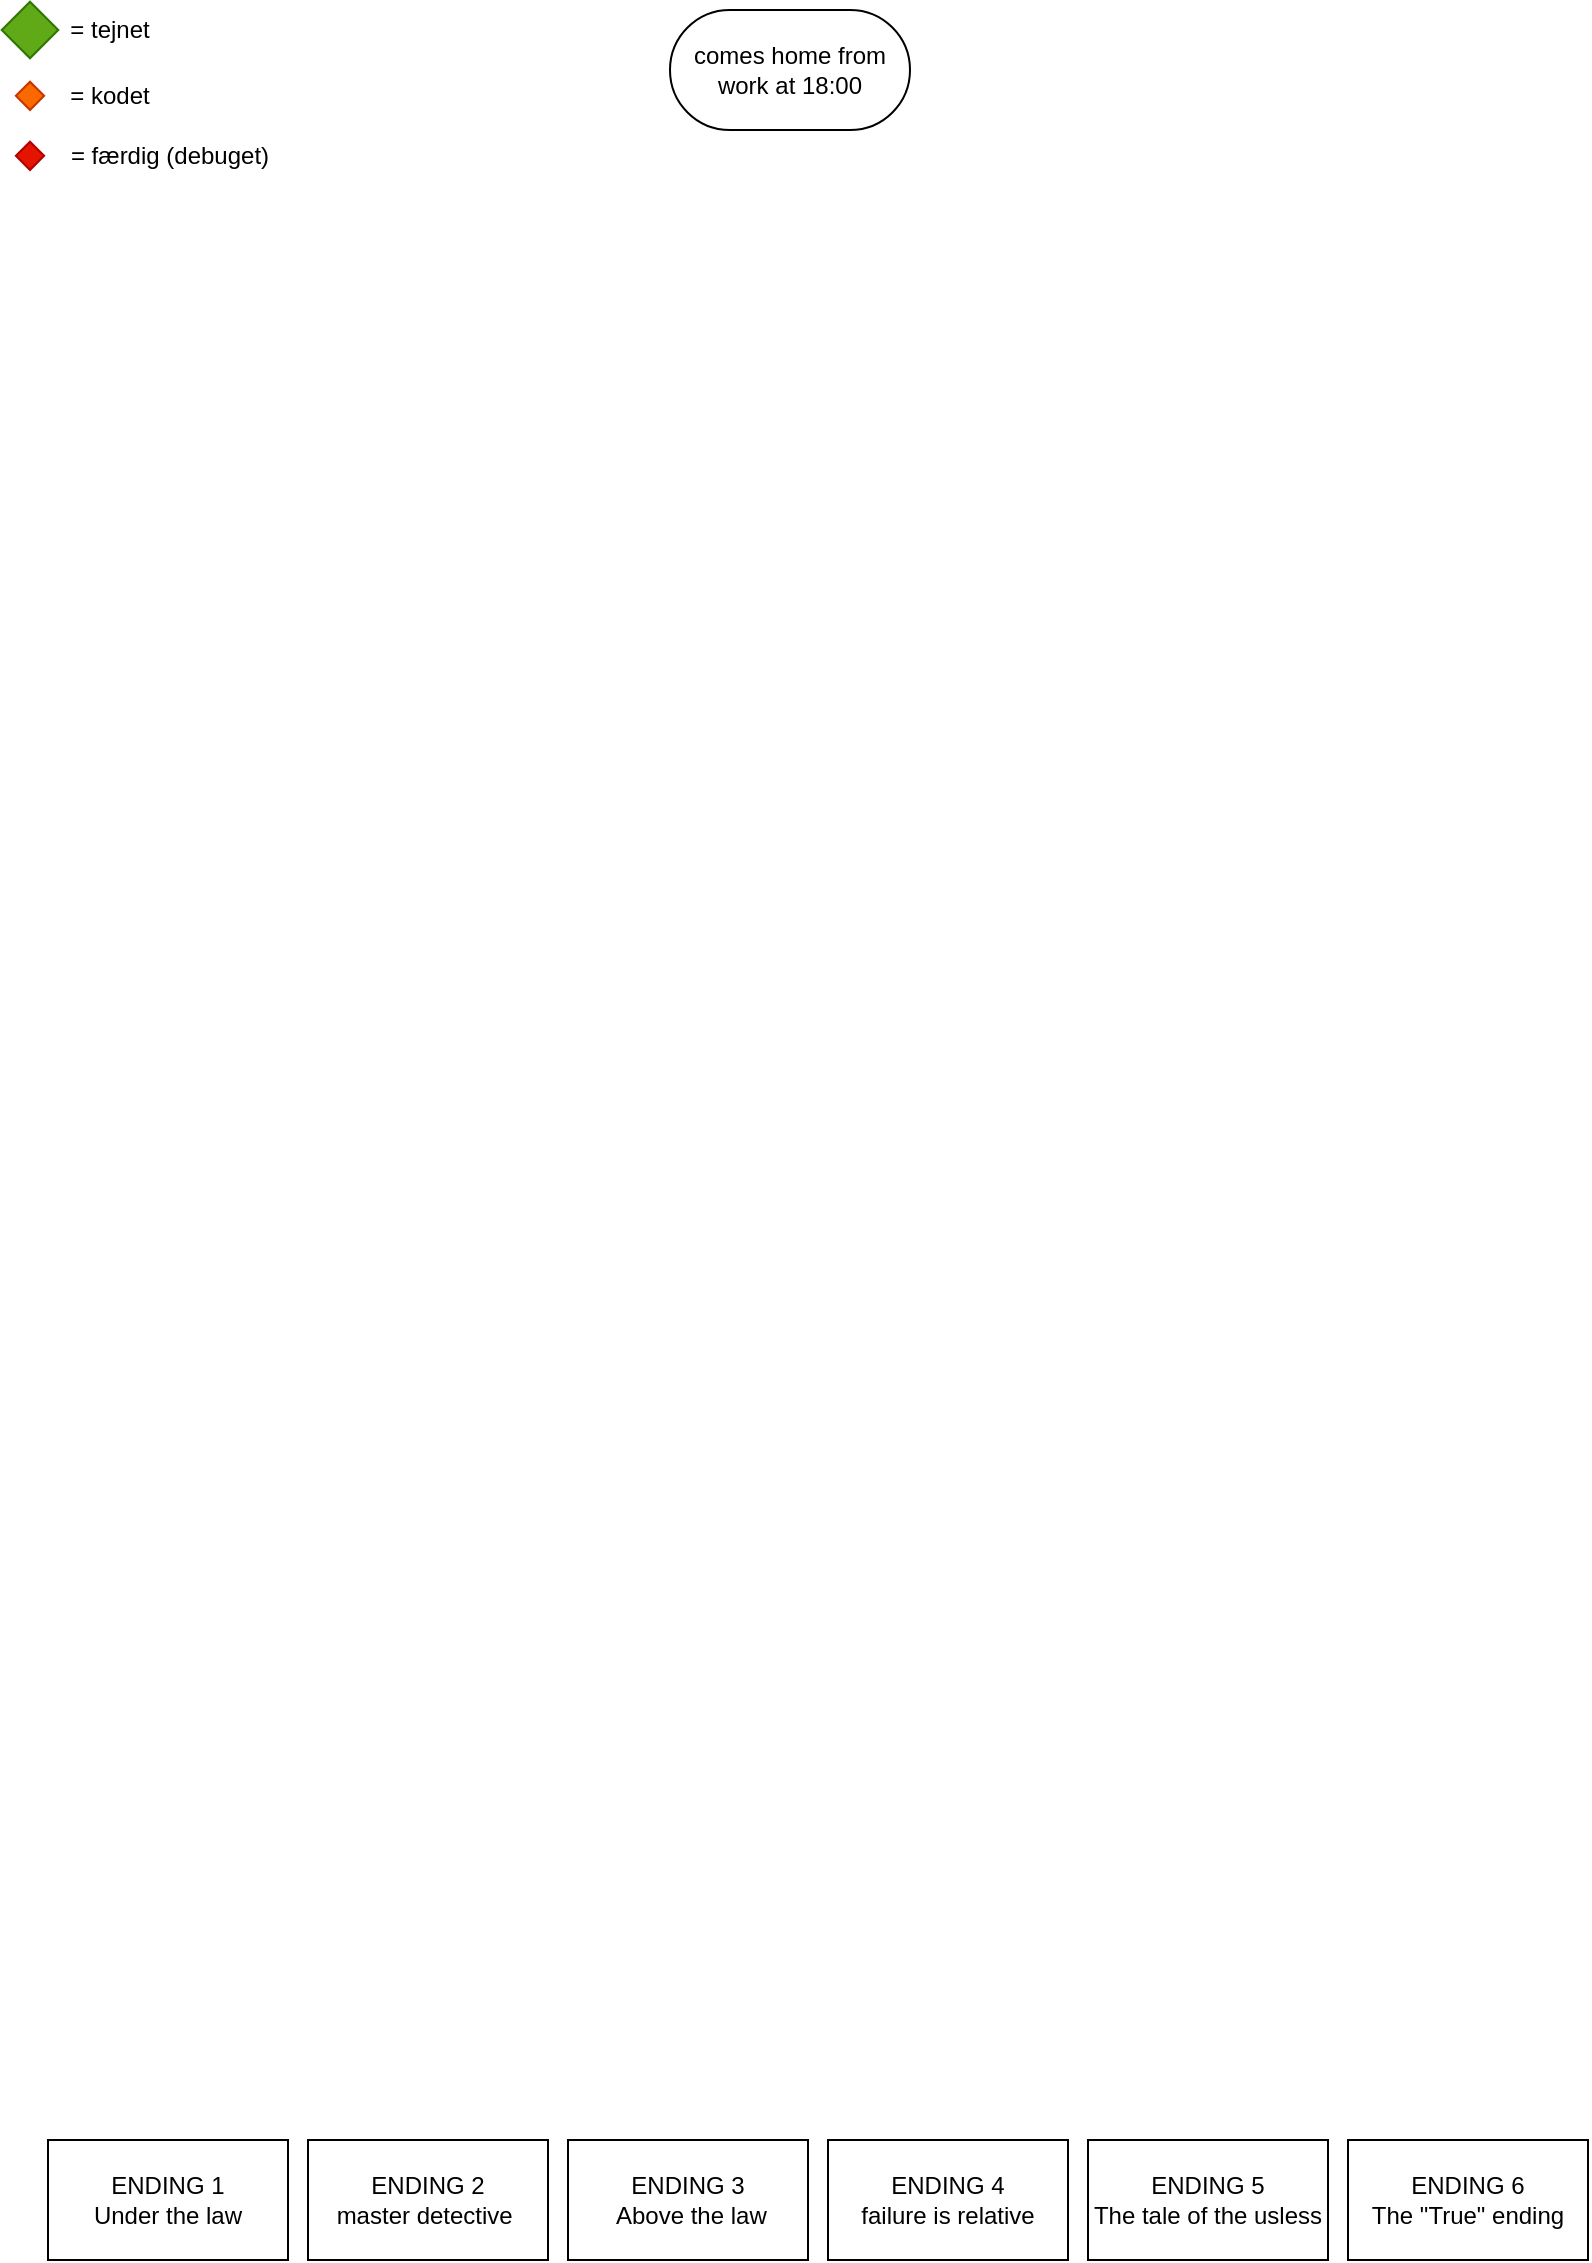
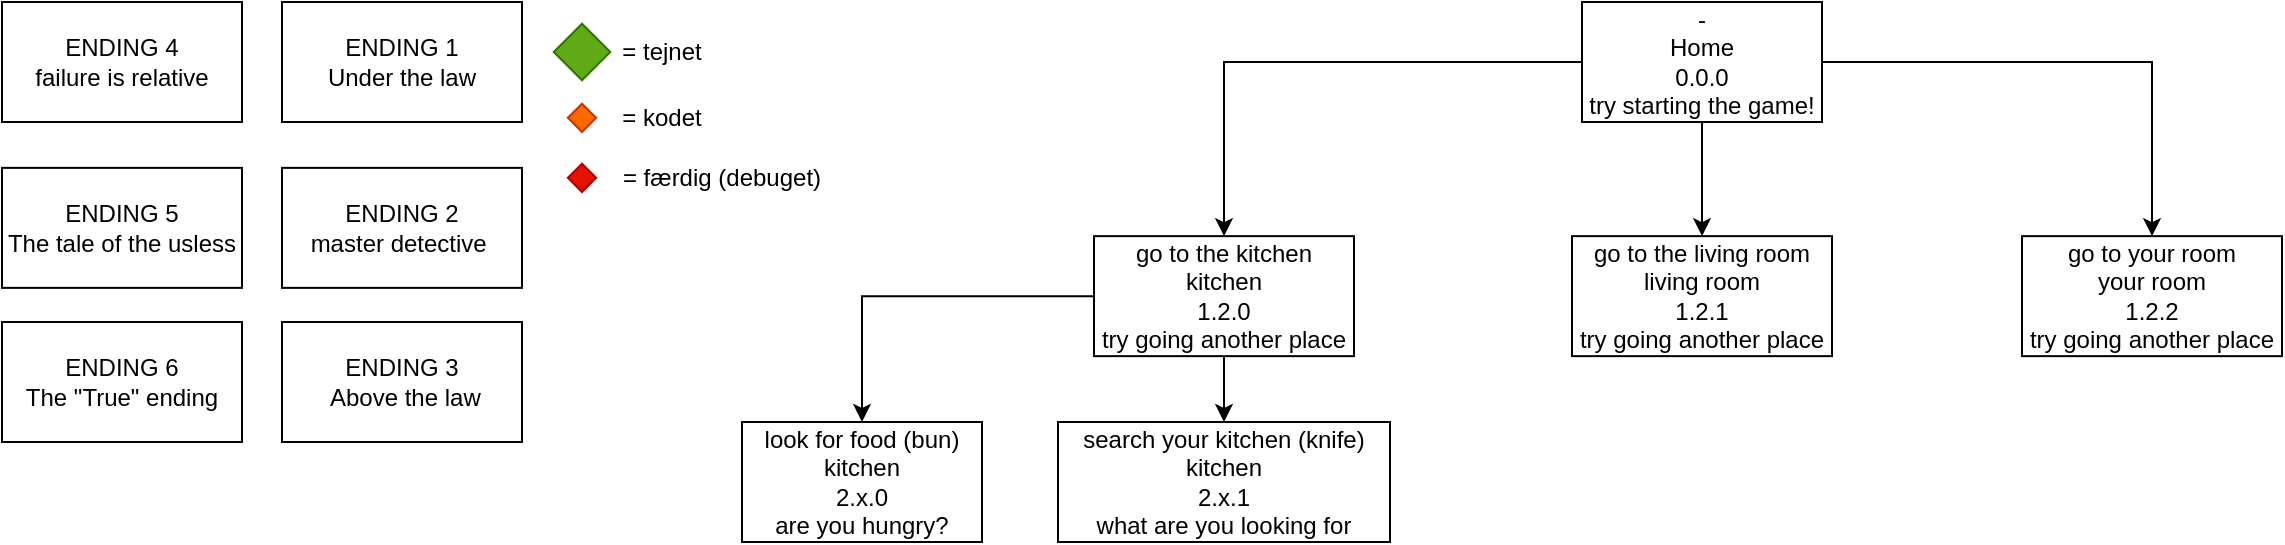
<mxfile host="Electron" agent="Mozilla/5.0 (X11; Linux x86_64) AppleWebKit/537.36 (KHTML, like Gecko) draw.io/29.0.3 Chrome/140.0.7339.249 Electron/38.7.0 Safari/537.36" version="29.0.3">
  <diagram name="Side-1" id="u6lEDHs33NAlhhUbkCJO">
-     <mxGraphModel dx="1345" dy="664" grid="1" gridSize="10" guides="1" tooltips="1" connect="1" arrows="1" fold="1" page="1" pageScale="1" pageWidth="827" pageHeight="1169" math="0" shadow="0">
+     <mxGraphModel dx="1642" dy="402" grid="1" gridSize="10" guides="1" tooltips="1" connect="1" arrows="1" fold="1" page="1" pageScale="1" pageWidth="827" pageHeight="1169" math="0" shadow="0">
      <root>
        <mxCell id="0" />
        <mxCell id="1" parent="0" />
        <mxCell id="Gkl9_cEibegPeH9B7f_F-1" value="" style="shape=cross;whiteSpace=wrap;html=1;fillColor=#60a917;fontColor=#ffffff;strokeColor=#2D7600;size=1;rotation=45;" parent="1" vertex="1">
          <mxGeometry x="10.002135623730965" y="15.00213562373095" width="20" height="20" as="geometry" />
        </mxCell>
        <mxCell id="Gkl9_cEibegPeH9B7f_F-3" value="= tejnet" style="text;html=1;align=center;verticalAlign=middle;whiteSpace=wrap;rounded=0;" parent="1" vertex="1">
          <mxGeometry x="30" y="10" width="60" height="30" as="geometry" />
        </mxCell>
        <mxCell id="Gkl9_cEibegPeH9B7f_F-4" value="" style="shape=cross;whiteSpace=wrap;html=1;fillColor=#fa6800;fontColor=#000000;strokeColor=#C73500;size=1;rotation=45;" parent="1" vertex="1">
          <mxGeometry x="15" y="52.93" width="10" height="10" as="geometry" />
        </mxCell>
        <mxCell id="Gkl9_cEibegPeH9B7f_F-5" value="= kodet" style="text;html=1;align=center;verticalAlign=middle;whiteSpace=wrap;rounded=0;" parent="1" vertex="1">
          <mxGeometry x="30" y="42.93" width="60" height="30" as="geometry" />
        </mxCell>
        <mxCell id="Gkl9_cEibegPeH9B7f_F-7" value="" style="shape=cross;whiteSpace=wrap;html=1;fillColor=#e51400;fontColor=#ffffff;strokeColor=#B20000;size=1;rotation=45;" parent="1" vertex="1">
          <mxGeometry x="15.001067811865482" y="82.93106781186549" width="10" height="10" as="geometry" />
        </mxCell>
        <mxCell id="Gkl9_cEibegPeH9B7f_F-8" value="= færdig (debuget)" style="text;html=1;align=center;verticalAlign=middle;whiteSpace=wrap;rounded=0;" parent="1" vertex="1">
          <mxGeometry x="30" y="72.93" width="120" height="30" as="geometry" />
        </mxCell>
        <mxCell id="KsyJlo4QITjawsJ5vBy0-1" value="ENDING 1&lt;div&gt;Under the law&lt;/div&gt;" style="rounded=0;whiteSpace=wrap;html=1;" parent="1" vertex="1">
-           <mxGeometry x="29" y="1080" width="120" height="60" as="geometry" />
+           <mxGeometry x="-130" width="120" height="60" as="geometry" />
        </mxCell>
        <mxCell id="KsyJlo4QITjawsJ5vBy0-4" value="ENDING 2&lt;div&gt;master detective&amp;nbsp;&lt;/div&gt;" style="rounded=0;whiteSpace=wrap;html=1;" parent="1" vertex="1">
-           <mxGeometry x="159" y="1080" width="120" height="60" as="geometry" />
+           <mxGeometry x="-130" y="82.92999999999995" width="120" height="60" as="geometry" />
        </mxCell>
        <mxCell id="KsyJlo4QITjawsJ5vBy0-5" value="ENDING 4&lt;div&gt;failure is relative&lt;/div&gt;" style="rounded=0;whiteSpace=wrap;html=1;" parent="1" vertex="1">
-           <mxGeometry x="419" y="1080" width="120" height="60" as="geometry" />
+           <mxGeometry x="-270" width="120" height="60" as="geometry" />
        </mxCell>
        <mxCell id="KsyJlo4QITjawsJ5vBy0-6" value="ENDING 3&lt;div&gt;&amp;nbsp;Above the law&lt;/div&gt;" style="rounded=0;whiteSpace=wrap;html=1;" parent="1" vertex="1">
-           <mxGeometry x="289" y="1080" width="120" height="60" as="geometry" />
+           <mxGeometry x="-130" y="160" width="120" height="60" as="geometry" />
        </mxCell>
        <mxCell id="KsyJlo4QITjawsJ5vBy0-7" value="ENDING 5&lt;div&gt;The tale of the usless&lt;/div&gt;" style="rounded=0;whiteSpace=wrap;html=1;" parent="1" vertex="1">
-           <mxGeometry x="549" y="1080" width="120" height="60" as="geometry" />
+           <mxGeometry x="-270" y="82.92999999999995" width="120" height="60" as="geometry" />
        </mxCell>
        <mxCell id="KsyJlo4QITjawsJ5vBy0-8" value="ENDING 6&lt;div&gt;The &quot;True&quot; ending&lt;/div&gt;" style="rounded=0;whiteSpace=wrap;html=1;" parent="1" vertex="1">
-           <mxGeometry x="679" y="1080" width="120" height="60" as="geometry" />
+           <mxGeometry x="-270" y="160" width="120" height="60" as="geometry" />
        </mxCell>
-         <mxCell id="L6H_XOn5DojPOSL1ez4f-1" value="comes home from work at 18:00" style="rounded=1;whiteSpace=wrap;html=1;arcSize=50;" vertex="1" parent="1">
-           <mxGeometry x="340" y="15.000000000000007" width="120" height="60" as="geometry" />
+         <mxCell id="x7gaONYOheFJwiIwdS-1-18" style="edgeStyle=orthogonalEdgeStyle;rounded=0;orthogonalLoop=1;jettySize=auto;html=1;exitX=0;exitY=0.5;exitDx=0;exitDy=0;" edge="1" parent="1" source="x7gaONYOheFJwiIwdS-1-14" target="x7gaONYOheFJwiIwdS-1-15">
+           <mxGeometry relative="1" as="geometry" />
+         </mxCell>
+         <mxCell id="x7gaONYOheFJwiIwdS-1-19" style="edgeStyle=orthogonalEdgeStyle;rounded=0;orthogonalLoop=1;jettySize=auto;html=1;exitX=0.5;exitY=1;exitDx=0;exitDy=0;" edge="1" parent="1" source="x7gaONYOheFJwiIwdS-1-14" target="x7gaONYOheFJwiIwdS-1-16">
+           <mxGeometry relative="1" as="geometry" />
+         </mxCell>
+         <mxCell id="x7gaONYOheFJwiIwdS-1-20" style="edgeStyle=orthogonalEdgeStyle;rounded=0;orthogonalLoop=1;jettySize=auto;html=1;exitX=1;exitY=0.5;exitDx=0;exitDy=0;" edge="1" parent="1" source="x7gaONYOheFJwiIwdS-1-14" target="x7gaONYOheFJwiIwdS-1-17">
+           <mxGeometry relative="1" as="geometry" />
+         </mxCell>
+         <mxCell id="x7gaONYOheFJwiIwdS-1-14" value="-&lt;div&gt;Home&lt;/div&gt;&lt;div&gt;0.0.0&lt;/div&gt;&lt;div&gt;try starting the game!&lt;/div&gt;" style="rounded=0;whiteSpace=wrap;html=1;align=center;" vertex="1" parent="1">
+           <mxGeometry x="520" width="120" height="60" as="geometry" />
+         </mxCell>
+         <mxCell id="x7gaONYOheFJwiIwdS-1-25" style="edgeStyle=orthogonalEdgeStyle;rounded=0;orthogonalLoop=1;jettySize=auto;html=1;exitX=0;exitY=0.5;exitDx=0;exitDy=0;entryX=0.5;entryY=0;entryDx=0;entryDy=0;" edge="1" parent="1" source="x7gaONYOheFJwiIwdS-1-15" target="x7gaONYOheFJwiIwdS-1-22">
+           <mxGeometry relative="1" as="geometry" />
+         </mxCell>
+         <mxCell id="x7gaONYOheFJwiIwdS-1-27" style="edgeStyle=orthogonalEdgeStyle;rounded=0;orthogonalLoop=1;jettySize=auto;html=1;exitX=0.5;exitY=1;exitDx=0;exitDy=0;" edge="1" parent="1" source="x7gaONYOheFJwiIwdS-1-15" target="x7gaONYOheFJwiIwdS-1-23">
+           <mxGeometry relative="1" as="geometry" />
+         </mxCell>
+         <mxCell id="x7gaONYOheFJwiIwdS-1-15" value="go to the kitchen&lt;div&gt;kitchen&lt;br&gt;&lt;div&gt;1.2.0&lt;/div&gt;&lt;div&gt;try going another place&lt;/div&gt;&lt;/div&gt;" style="rounded=0;whiteSpace=wrap;html=1;align=center;" vertex="1" parent="1">
+           <mxGeometry x="276" y="117.07" width="130" height="60" as="geometry" />
+         </mxCell>
+         <mxCell id="x7gaONYOheFJwiIwdS-1-16" value="go to the living room&lt;div&gt;&lt;div&gt;living room&lt;/div&gt;&lt;div&gt;1.2.1&lt;/div&gt;&lt;div&gt;try going another place&lt;/div&gt;&lt;/div&gt;" style="rounded=0;whiteSpace=wrap;html=1;align=center;" vertex="1" parent="1">
+           <mxGeometry x="515" y="117.07" width="130" height="60" as="geometry" />
+         </mxCell>
+         <mxCell id="x7gaONYOheFJwiIwdS-1-17" value="go to your room&lt;div&gt;your room&lt;br&gt;&lt;div&gt;&lt;div&gt;1.2.2&lt;/div&gt;&lt;div&gt;try going another place&lt;/div&gt;&lt;/div&gt;&lt;/div&gt;" style="rounded=0;whiteSpace=wrap;html=1;align=center;" vertex="1" parent="1">
+           <mxGeometry x="740" y="117.07" width="130" height="60" as="geometry" />
+         </mxCell>
+         <mxCell id="x7gaONYOheFJwiIwdS-1-22" value="look for food (bun)&lt;div&gt;&lt;span style=&quot;background-color: transparent; color: light-dark(rgb(0, 0, 0), rgb(255, 255, 255));&quot;&gt;kitchen&lt;/span&gt;&lt;div&gt;2.x.0&lt;/div&gt;&lt;div&gt;are you hungry?&lt;/div&gt;&lt;/div&gt;" style="rounded=0;whiteSpace=wrap;html=1;" vertex="1" parent="1">
+           <mxGeometry x="100" y="210" width="120" height="60" as="geometry" />
+         </mxCell>
+         <mxCell id="x7gaONYOheFJwiIwdS-1-23" value="search your kitchen (knife)&lt;br&gt;&lt;div&gt;kitchen&lt;/div&gt;&lt;div&gt;2.x.1&lt;/div&gt;&lt;div&gt;what are you looking for&lt;/div&gt;" style="rounded=0;whiteSpace=wrap;html=1;" vertex="1" parent="1">
+           <mxGeometry x="258" y="210" width="166" height="60" as="geometry" />
        </mxCell>
      </root>
    </mxGraphModel>
  </diagram>
</mxfile>
